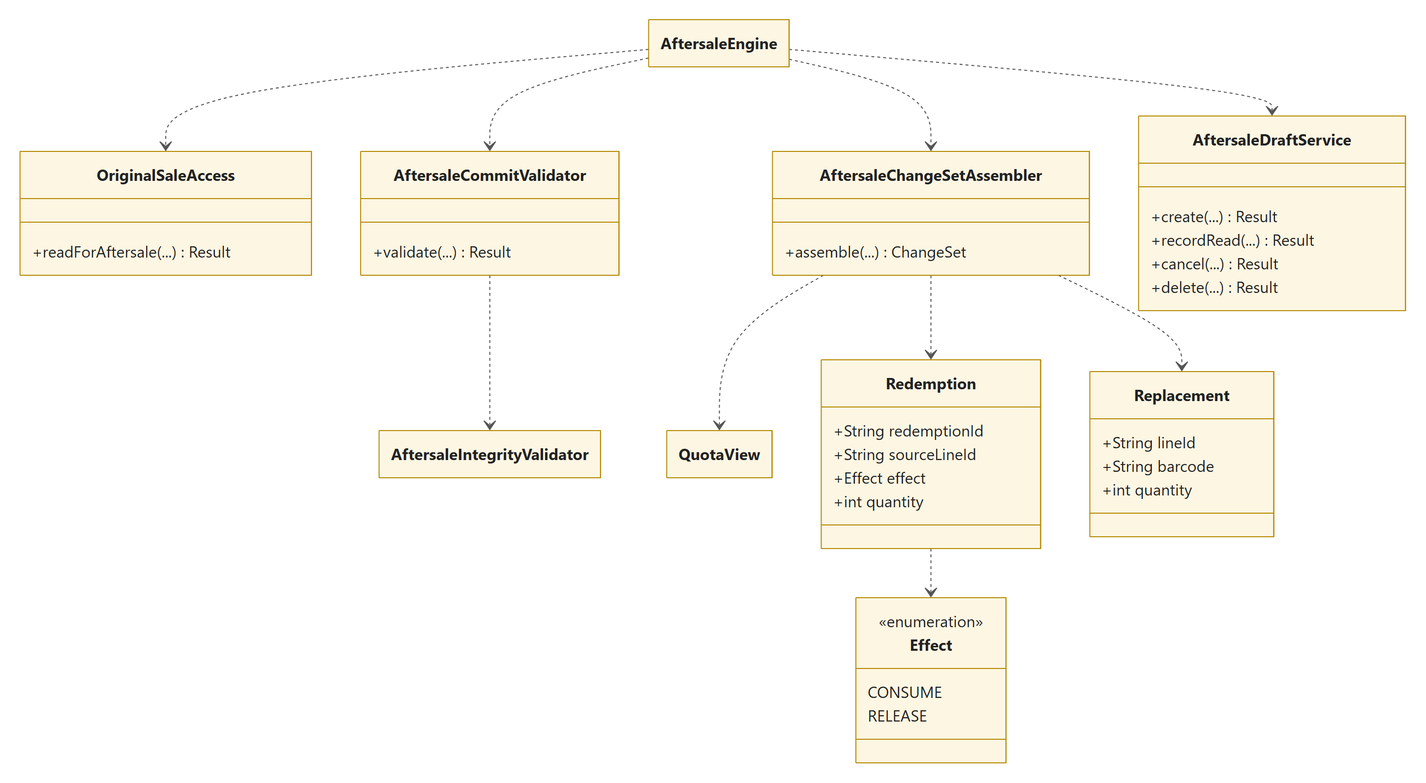
Above: docs/design/report/04_aftersale.png in Noctis-SiKong/supermarket-management (Mermaid), before the change. Its source is kept beside it as docs/design/report/04_aftersale.mmd.
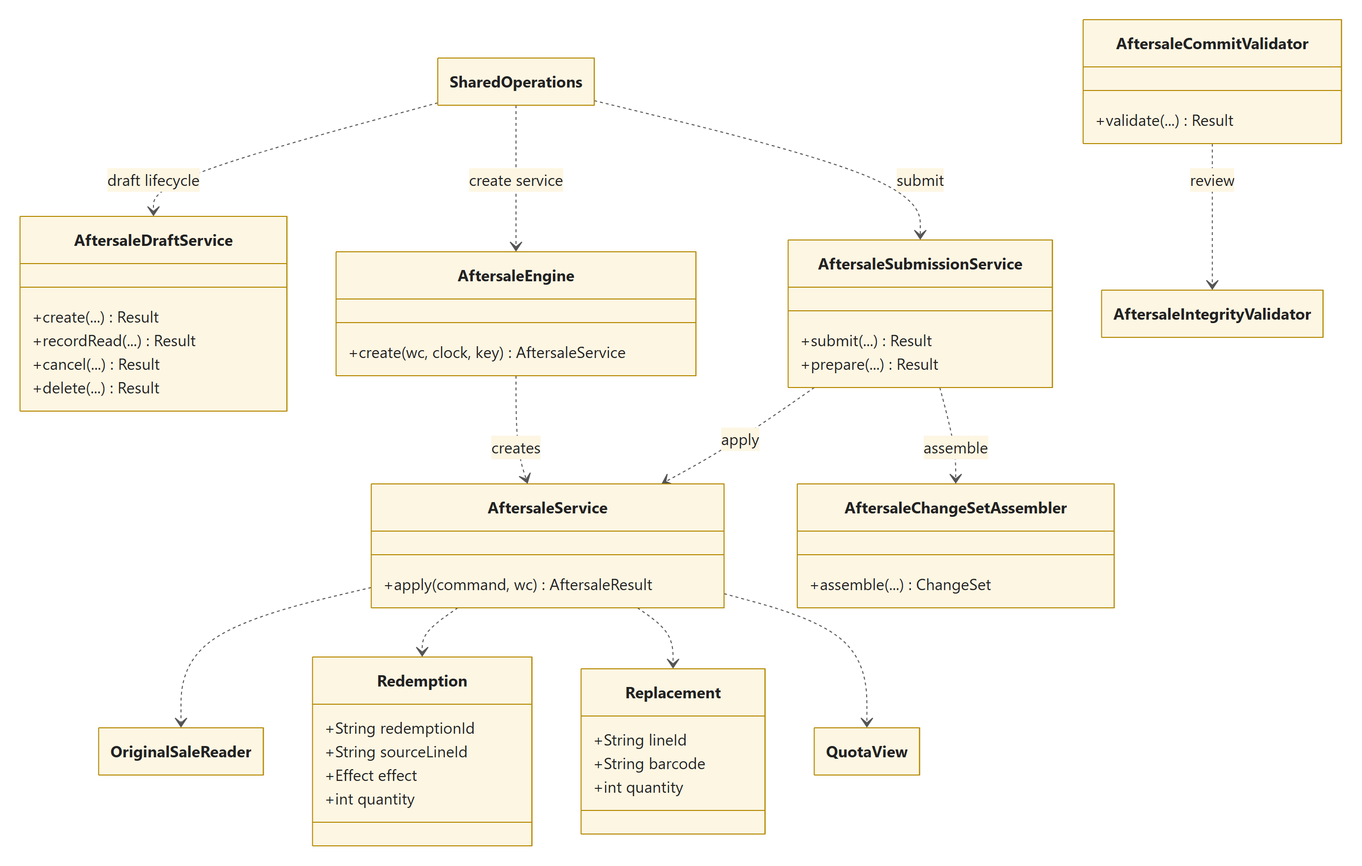
Above is the later version.

What changed in the source:
```diff
@@ -1,25 +1,31 @@
 classDiagram
 direction TB
 
-class AftersaleEngine
-
-class OriginalSaleAccess {
-    +readForAftersale(...) Result
+class SharedOperations
+class AftersaleEngine {
+    +create(wc, clock, key) AftersaleService
+}
+class AftersaleService {
+    +apply(command, wc) AftersaleResult
+}
+class AftersaleSubmissionService {
+    +submit(...) Result
+    +prepare(...) Result
+}
+class AftersaleChangeSetAssembler {
+    +assemble(...) ChangeSet
 }
 class AftersaleCommitValidator {
     +validate(...) Result
 }
 class AftersaleIntegrityValidator
-class AftersaleChangeSetAssembler {
-    +assemble(...) ChangeSet
-}
 class AftersaleDraftService {
     +create(...) Result
     +recordRead(...) Result
     +cancel(...) Result
     +delete(...) Result
 }
-class QuotaView
+class OriginalSaleReader
 class Redemption {
     +String redemptionId
     +String sourceLineId
@@ -31,18 +37,16 @@
     +String barcode
     +int quantity
 }
-class Effect {
-    <<enumeration>>
-    CONSUME
-    RELEASE
-}
+class QuotaView
 
-AftersaleEngine ..> OriginalSaleAccess
-AftersaleEngine ..> AftersaleCommitValidator
-AftersaleEngine ..> AftersaleChangeSetAssembler
-AftersaleEngine ..> AftersaleDraftService
-AftersaleCommitValidator ..> AftersaleIntegrityValidator
-AftersaleChangeSetAssembler ..> Redemption
-AftersaleChangeSetAssembler ..> Replacement
-AftersaleChangeSetAssembler ..> QuotaView
-Redemption ..> Effect
+SharedOperations ..> AftersaleDraftService : draft lifecycle
+SharedOperations ..> AftersaleEngine : create service
+SharedOperations ..> AftersaleSubmissionService : submit
+AftersaleEngine ..> AftersaleService : creates
+AftersaleSubmissionService ..> AftersaleService : apply
+AftersaleSubmissionService ..> AftersaleChangeSetAssembler : assemble
+AftersaleCommitValidator ..> AftersaleIntegrityValidator : review
+AftersaleService ..> OriginalSaleReader
+AftersaleService ..> Redemption
+AftersaleService ..> Replacement
+AftersaleService ..> QuotaView
```
